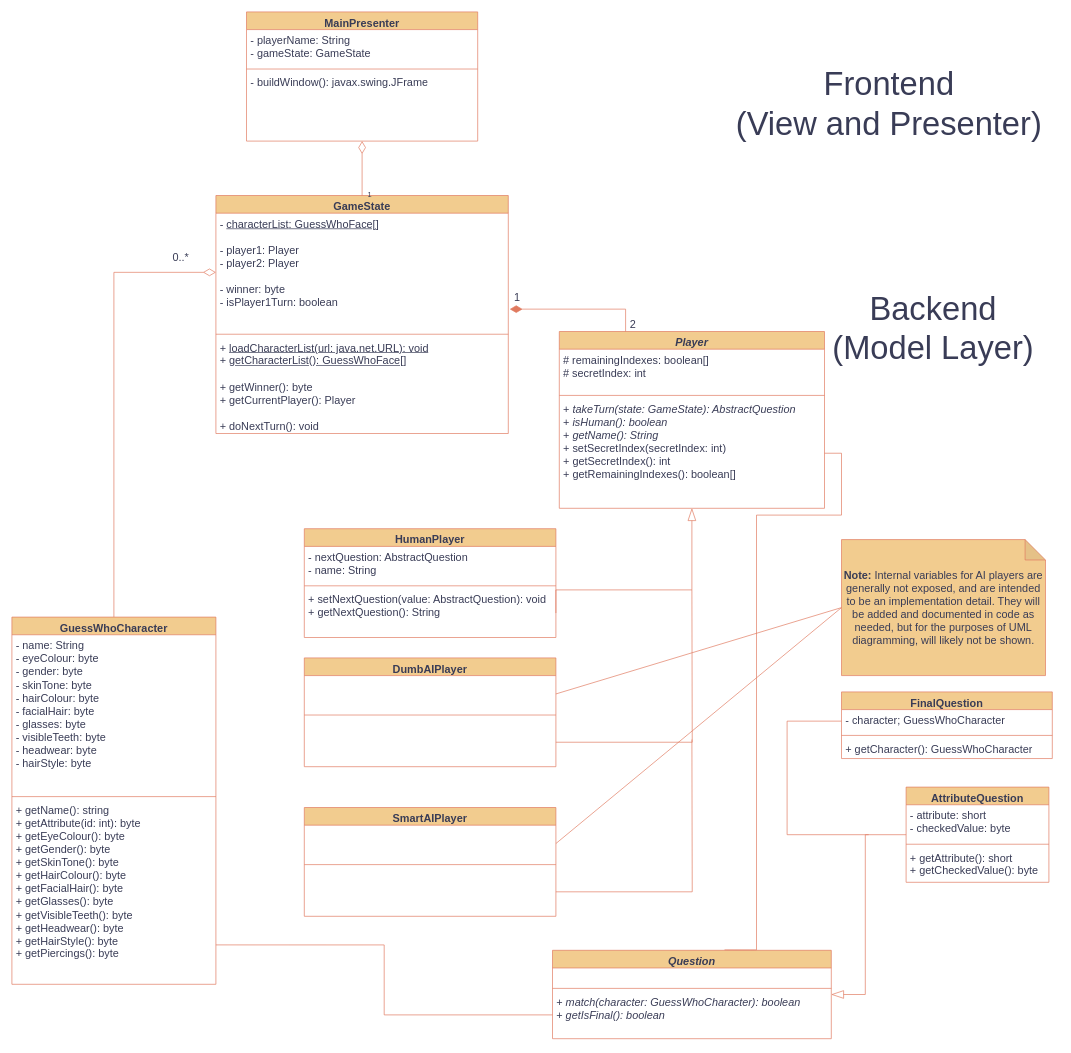
Earlier version of the draw.io diagram uml-diagram.drawio (jgcodes2020/GSEGuessWho). Source tidied: cells renumbered, new cells numbered last; positions are measured from the earlier drawing's top-left corner, leaving out a move shared by most shapes. Both pictures are drawn from the tidied source at 68%, with x=0, y=0 at pixel (12, 12).
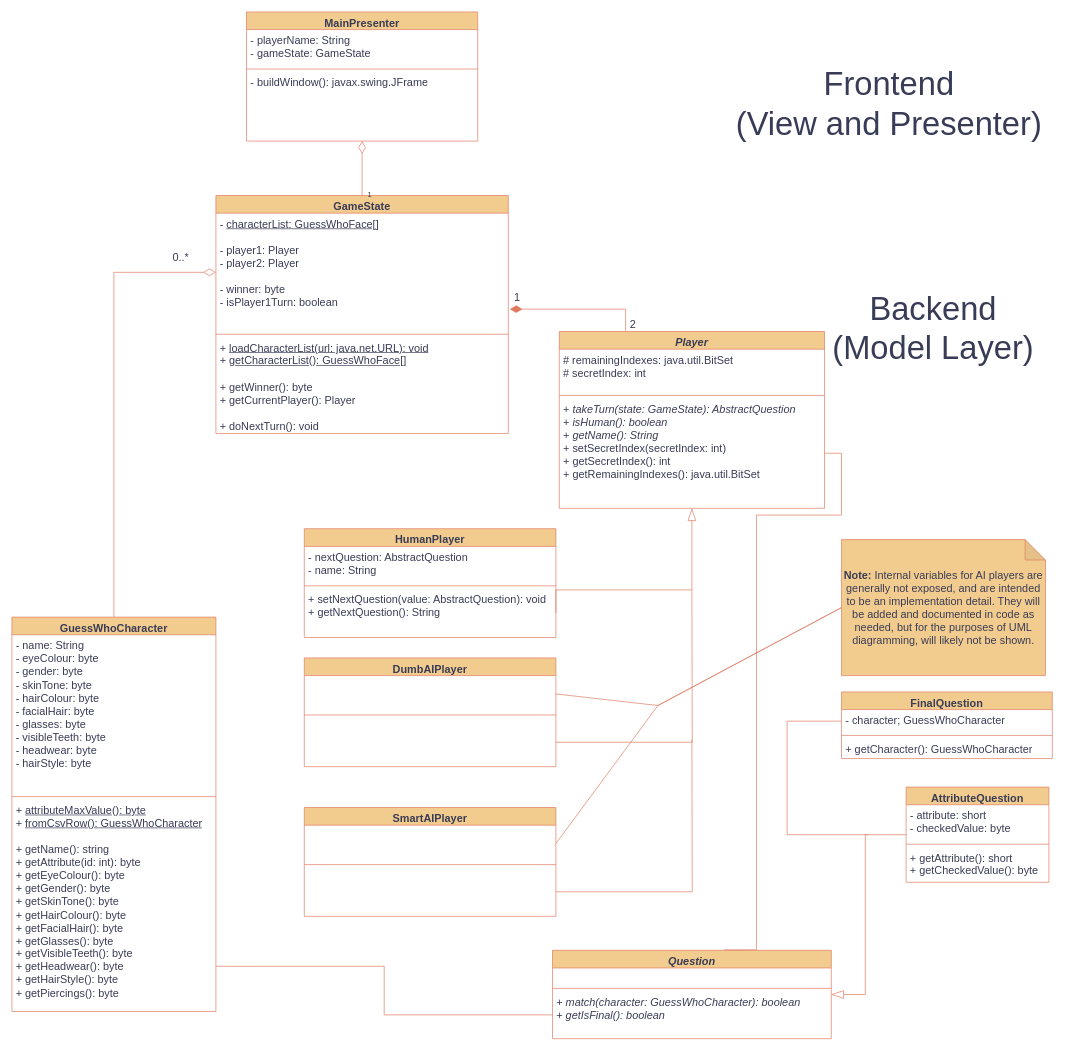
The same diagram, later.

Commit message (it also covers changes not shown here):
add way more docs, switch to bitset for remaining, add *really* dumb AI

The change refers to these unchanged cells:
```xml
<mxCell id="8" value="&lt;i style=&quot;font-size: 16px;&quot;&gt;Player&lt;/i&gt;" style="swimlane;fontStyle=1;align=center;verticalAlign=top;horizontal=1;startSize=26;whiteSpace=wrap;html=1;fontSize=16;labelBackgroundColor=none;fillColor=#F2CC8F;strokeColor=#E07A5F;fontColor=#393C56;rounded=0;" parent="1" vertex="1">
  <mxGeometry x="805" y="470" width="390" height="260" as="geometry" />
</mxCell>
<mxCell id="45" value="&lt;br&gt;" style="text;strokeColor=none;fillColor=none;align=left;verticalAlign=top;spacingLeft=4;spacingRight=4;overflow=hidden;points=[[0,0.5],[1,0.5]];portConstraint=eastwest;whiteSpace=wrap;html=1;fontSize=16;labelBackgroundColor=none;fontColor=#393C56;rounded=0;" parent="44" vertex="1">
  <mxGeometry y="26" width="370" height="54" as="geometry" />
</mxCell>
<mxCell id="54" value="&lt;font style=&quot;font-size: 16px;&quot;&gt;&lt;b&gt;Note:&lt;/b&gt; Internal variables for AI players are generally not exposed, and are intended to be an implementation detail. They will be added and documented in code as needed, but for the purposes of UML diagramming, will likely not be shown.&lt;br&gt;&lt;/font&gt;" style="shape=note;whiteSpace=wrap;html=1;backgroundOutline=1;darkOpacity=0.05;labelBackgroundColor=none;fillColor=#F2CC8F;strokeColor=#E07A5F;fontColor=#393C56;rounded=0;" parent="1" vertex="1">
  <mxGeometry x="1220" y="776" width="300" height="200" as="geometry" />
</mxCell>
<mxCell id="56" value="&lt;br&gt;" style="text;strokeColor=none;fillColor=none;align=left;verticalAlign=top;spacingLeft=4;spacingRight=4;overflow=hidden;points=[[0,0.5],[1,0.5]];portConstraint=eastwest;whiteSpace=wrap;html=1;fontSize=16;labelBackgroundColor=none;fontColor=#393C56;rounded=0;" parent="55" vertex="1">
  <mxGeometry y="26" width="370" height="54" as="geometry" />
</mxCell>
```

The edit, as a diff of the source:
```diff
@@
     <mxCell id="4" value="GuessWhoCharacter" style="swimlane;fontStyle=1;align=center;verticalAlign=top;horizontal=1;startSize=26;whiteSpace=wrap;html=1;fontSize=16;labelBackgroundColor=none;fillColor=#F2CC8F;strokeColor=#E07A5F;fontColor=#393C56;rounded=0;" parent="1" vertex="1">
-      <mxGeometry y="890" width="300" height="540" as="geometry" />
+      <mxGeometry y="890" width="300" height="580" as="geometry" />
     </mxCell>
@@
-    <mxCell id="7" value="+ getName(): string&lt;br&gt;+ getAttribute(id: int): byte&lt;br&gt;+ getEyeColour(): byte&lt;br style=&quot;font-size: 16px;&quot;&gt;+ getGender(): byte&lt;br style=&quot;font-size: 16px;&quot;&gt;&lt;div style=&quot;font-size: 16px;&quot;&gt;+ getSkinTone(): byte&lt;/div&gt;&lt;div style=&quot;font-size: 16px;&quot;&gt;+ getHairColour(): byte&lt;/div&gt;&lt;div style=&quot;font-size: 16px;&quot;&gt;+ getFacialHair(): byte&lt;/div&gt;&lt;div style=&quot;font-size: 16px;&quot;&gt;+ getGlasses(): byte&lt;/div&gt;&lt;div style=&quot;font-size: 16px;&quot;&gt;+ getVisibleTeeth(): byte&lt;/div&gt;&lt;div style=&quot;font-size: 16px;&quot;&gt;+ getHeadwear(): byte&lt;/div&gt;&lt;div style=&quot;font-size: 16px;&quot;&gt;+ getHairStyle(): byte&lt;/div&gt;&lt;div style=&quot;font-size: 16px;&quot;&gt;+ getPiercings(): byte&lt;/div&gt;" style="text;strokeColor=none;fillColor=none;align=left;verticalAlign=top;spacingLeft=4;spacingRight=4;overflow=hidden;points=[[0,0.5],[1,0.5]];portConstraint=eastwest;whiteSpace=wrap;html=1;fontSize=16;labelBackgroundColor=none;fontColor=#393C56;rounded=0;" parent="4" vertex="1">
-      <mxGeometry y="268" width="300" height="272" as="geometry" />
+    <mxCell id="7" value="+ &lt;u&gt;attributeMaxValue(): byte&lt;/u&gt;&lt;br&gt;+ &lt;u&gt;fromCsvRow(): GuessWhoCharacter&lt;/u&gt;&lt;br&gt;&lt;br&gt;+ getName(): string&lt;br&gt;+ getAttribute(id: int): byte&lt;br&gt;+ getEyeColour(): byte&lt;br style=&quot;font-size: 16px;&quot;&gt;+ getGender(): byte&lt;br style=&quot;font-size: 16px;&quot;&gt;&lt;div style=&quot;font-size: 16px;&quot;&gt;+ getSkinTone(): byte&lt;/div&gt;&lt;div style=&quot;font-size: 16px;&quot;&gt;+ getHairColour(): byte&lt;/div&gt;&lt;div style=&quot;font-size: 16px;&quot;&gt;+ getFacialHair(): byte&lt;/div&gt;&lt;div style=&quot;font-size: 16px;&quot;&gt;+ getGlasses(): byte&lt;/div&gt;&lt;div style=&quot;font-size: 16px;&quot;&gt;+ getVisibleTeeth(): byte&lt;/div&gt;&lt;div style=&quot;font-size: 16px;&quot;&gt;+ getHeadwear(): byte&lt;/div&gt;&lt;div style=&quot;font-size: 16px;&quot;&gt;+ getHairStyle(): byte&lt;/div&gt;&lt;div style=&quot;font-size: 16px;&quot;&gt;+ getPiercings(): byte&lt;/div&gt;" style="text;strokeColor=none;fillColor=none;align=left;verticalAlign=top;spacingLeft=4;spacingRight=4;overflow=hidden;points=[[0,0.5],[1,0.5]];portConstraint=eastwest;whiteSpace=wrap;html=1;fontSize=16;labelBackgroundColor=none;fontColor=#393C56;rounded=0;" parent="4" vertex="1">
+      <mxGeometry y="268" width="300" height="312" as="geometry" />
     </mxCell>
@@
-    <mxCell id="9" value="&lt;div style=&quot;font-size: 16px;&quot;&gt;# remainingIndexes: boolean[]&lt;/div&gt;&lt;div style=&quot;font-size: 16px;&quot;&gt;# secretIndex: int&lt;br style=&quot;font-size: 16px;&quot;&gt;&lt;/div&gt;" style="text;strokeColor=none;fillColor=none;align=left;verticalAlign=top;spacingLeft=4;spacingRight=4;overflow=hidden;whiteSpace=wrap;html=1;fontSize=16;labelBackgroundColor=none;fontColor=#393C56;rounded=0;" parent="8" vertex="1">
+    <mxCell id="9" value="&lt;div style=&quot;font-size: 16px;&quot;&gt;# remainingIndexes: java.util.BitSet&lt;/div&gt;&lt;div style=&quot;font-size: 16px;&quot;&gt;# secretIndex: int&lt;br style=&quot;font-size: 16px;&quot;&gt;&lt;/div&gt;" style="text;strokeColor=none;fillColor=none;align=left;verticalAlign=top;spacingLeft=4;spacingRight=4;overflow=hidden;whiteSpace=wrap;html=1;fontSize=16;labelBackgroundColor=none;fontColor=#393C56;rounded=0;" parent="8" vertex="1">
       <mxGeometry y="26" width="390" height="64" as="geometry" />
     </mxCell>
@@
-    <mxCell id="11" value="&lt;div style=&quot;font-size: 16px;&quot;&gt;+ &lt;i style=&quot;font-size: 16px;&quot;&gt;takeTurn(state: GameState): AbstractQuestion&lt;br style=&quot;font-size: 16px;&quot;&gt;&lt;/i&gt;&lt;/div&gt;&lt;div style=&quot;font-size: 16px;&quot;&gt;+ &lt;i style=&quot;font-size: 16px;&quot;&gt;isHuman(): boolean&lt;/i&gt;&lt;br style=&quot;font-size: 16px;&quot;&gt;&lt;/div&gt;&lt;div style=&quot;font-size: 16px;&quot;&gt;&lt;span style=&quot;font-size: 16px;&quot;&gt;+ &lt;i&gt;getName(): String&lt;/i&gt;&lt;/span&gt;&lt;/div&gt;&lt;div style=&quot;font-size: 16px;&quot;&gt;+ setSecretIndex(secretIndex: int)&lt;br&gt;+ getSecretIndex(): int&lt;br style=&quot;font-size: 16px;&quot;&gt;&lt;/div&gt;&lt;div style=&quot;font-size: 16px;&quot;&gt;+ getRemainingIndexes(): boolean[]&lt;/div&gt;" style="text;strokeColor=none;fillColor=none;align=left;verticalAlign=top;spacingLeft=4;spacingRight=4;overflow=hidden;points=[[0,0.5],[1,0.5]];portConstraint=eastwest;whiteSpace=wrap;html=1;fontSize=16;labelBackgroundColor=none;fontColor=#393C56;rounded=0;" parent="8" vertex="1">
+    <mxCell id="11" value="&lt;div style=&quot;font-size: 16px;&quot;&gt;+ &lt;i style=&quot;font-size: 16px;&quot;&gt;takeTurn(state: GameState): AbstractQuestion&lt;br style=&quot;font-size: 16px;&quot;&gt;&lt;/i&gt;&lt;/div&gt;&lt;div style=&quot;font-size: 16px;&quot;&gt;+ &lt;i style=&quot;font-size: 16px;&quot;&gt;isHuman(): boolean&lt;/i&gt;&lt;br style=&quot;font-size: 16px;&quot;&gt;&lt;/div&gt;&lt;div style=&quot;font-size: 16px;&quot;&gt;&lt;span style=&quot;font-size: 16px;&quot;&gt;+ &lt;i&gt;getName(): String&lt;/i&gt;&lt;/span&gt;&lt;/div&gt;&lt;div style=&quot;font-size: 16px;&quot;&gt;+ setSecretIndex(secretIndex: int)&lt;br&gt;+ getSecretIndex(): int&lt;br style=&quot;font-size: 16px;&quot;&gt;&lt;/div&gt;&lt;div style=&quot;font-size: 16px;&quot;&gt;+ getRemainingIndexes(): java.util.BitSet&lt;/div&gt;" style="text;strokeColor=none;fillColor=none;align=left;verticalAlign=top;spacingLeft=4;spacingRight=4;overflow=hidden;points=[[0,0.5],[1,0.5]];portConstraint=eastwest;whiteSpace=wrap;html=1;fontSize=16;labelBackgroundColor=none;fontColor=#393C56;rounded=0;" parent="8" vertex="1">
       <mxGeometry y="98" width="390" height="162" as="geometry" />
     </mxCell>
@@
     <mxCell id="52" style="rounded=0;jettySize=auto;html=1;exitX=0;exitY=0.5;exitDx=0;exitDy=0;exitPerimeter=0;entryX=1;entryY=0.5;entryDx=0;entryDy=0;strokeColor=#E07A5F;fontColor=#393C56;fillColor=#F2CC8F;endArrow=none;endFill=0;" parent="1" edge="1" source="54" target="45">
-      <mxGeometry relative="1" as="geometry" />
+      <mxGeometry relative="1" as="geometry">
+        <Array as="points">
+          <mxPoint x="950" y="1020" />
+        </Array>
+      </mxGeometry>
     </mxCell>
     <mxCell id="53" style="rounded=0;jettySize=auto;html=1;exitX=0;exitY=0.5;exitDx=0;exitDy=0;exitPerimeter=0;entryX=1;entryY=0.5;entryDx=0;entryDy=0;strokeColor=#E07A5F;fontColor=#393C56;fillColor=#F2CC8F;endArrow=none;endFill=0;" parent="1" edge="1" source="54" target="56">
-      <mxGeometry relative="1" as="geometry" />
+      <mxGeometry relative="1" as="geometry">
+        <Array as="points">
+          <mxPoint x="950" y="1020" />
+        </Array>
+      </mxGeometry>
     </mxCell>
```
